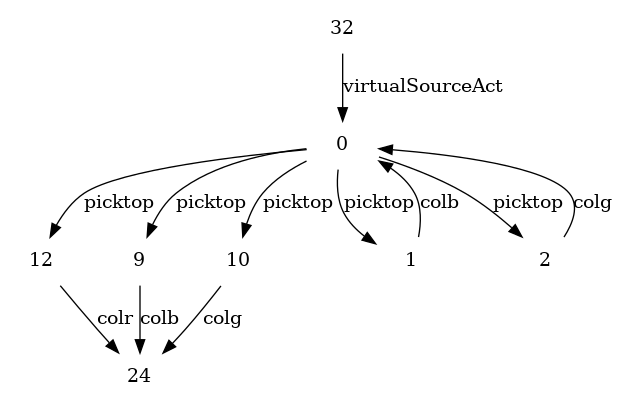
This is PRP_planner-for-relevant-policies/solutionsByPRP/fond_3colorblocks.png from Tridu33/SAVG, a Graphviz export, as it was before one commit. Its source is kept beside it as PRP_planner-for-relevant-policies/solutionsByPRP/fond_3colorblocks.dot.
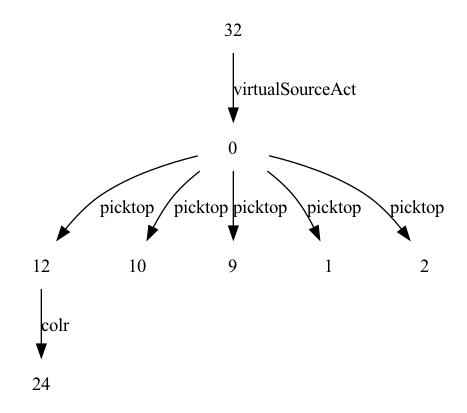
The same diagram one commit later.

The edit, as a diff of the source:
```diff
@@ -1,10 +1,6 @@
 digraph G {
     node [shape=plaintext]
 12->24[label = "colr"]
-
-9->24[label = "colb"]
-
-10->24[label = "colg"]
 
 0->12[label = "picktop"]
 0->10[label = "picktop"]
@@ -14,8 +10,4 @@
 
 32->0[label = "virtualSourceAct"]
 
-2->0[label = "colg"]
-
-1->0[label = "colb"]
-
 }
```
